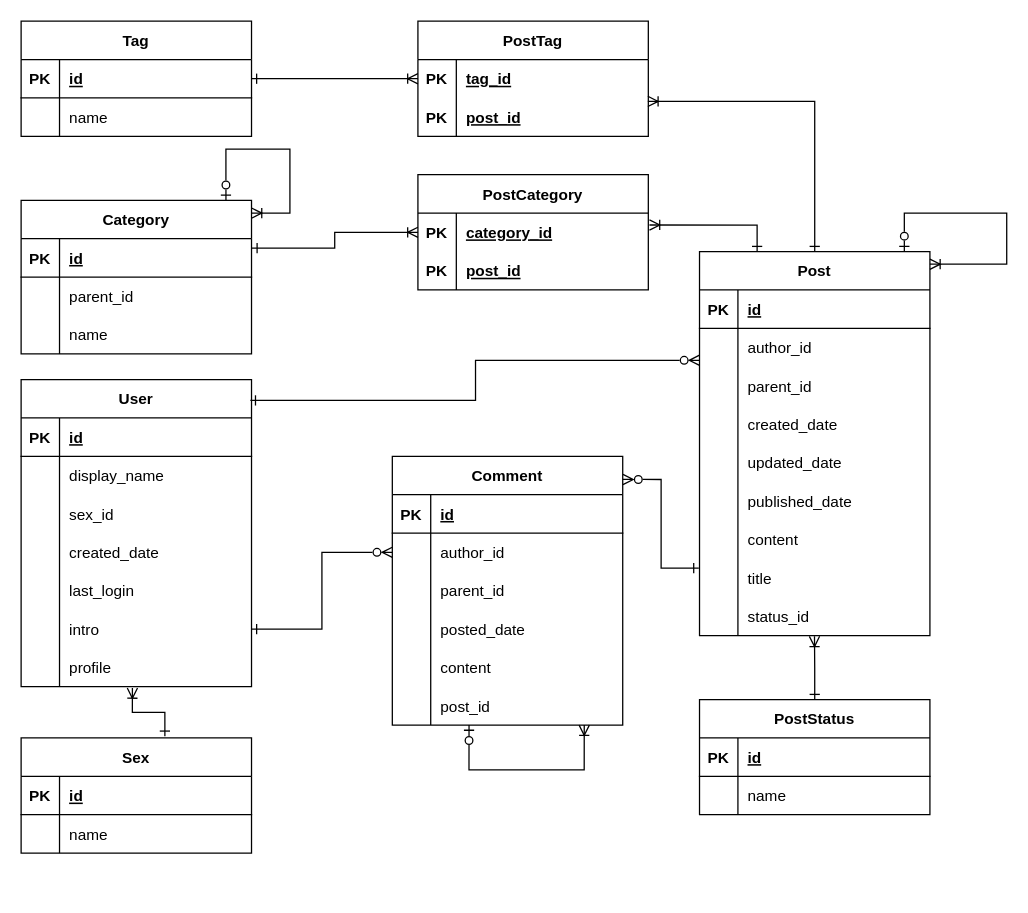
Above: Diagram/ERD.drawio in HT-Dat/BlogSite_Server (draw.io), before the change. Source tidied: cells renumbered, new cells numbered last; positions are measured from the earlier drawing's top-left corner, leaving out a move shared by most shapes. Both pictures are drawn from the tidied source at 128%, with x=0, y=0 at pixel (20, 20).
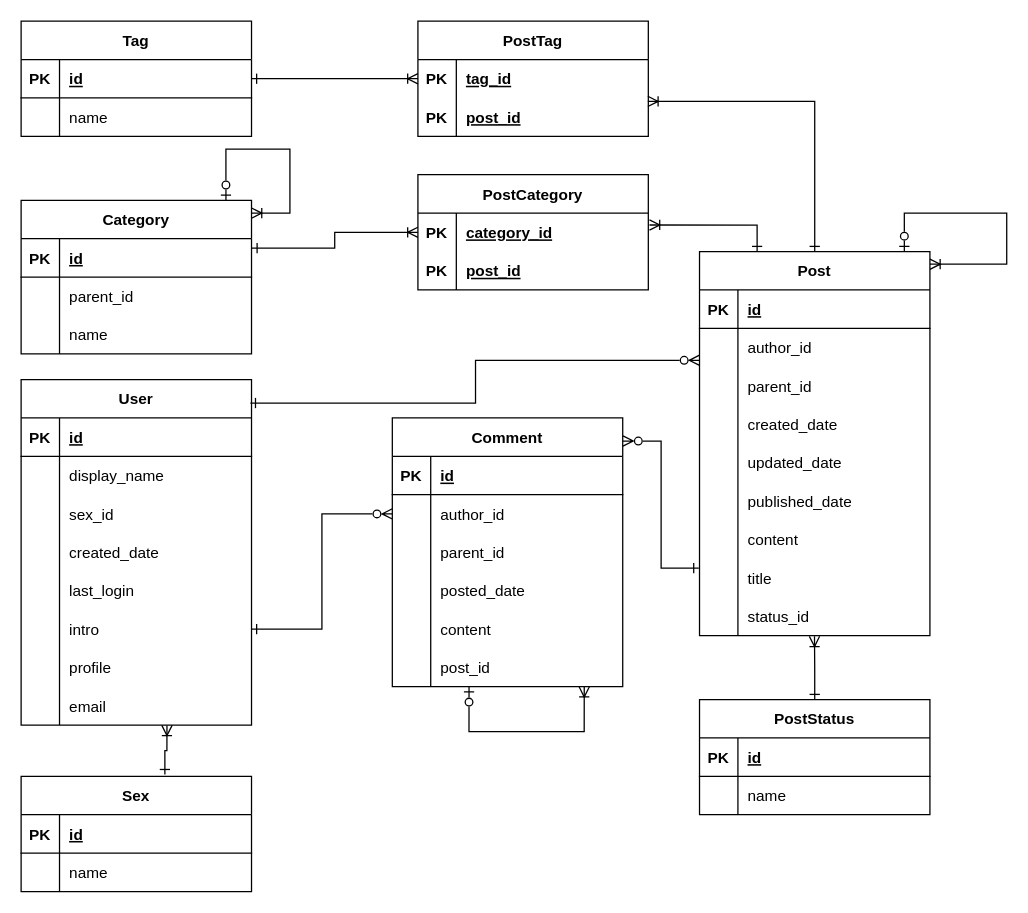
Above is the later version.

Commit message (it also covers changes not shown here):
Add email to User table

Unchanged cells that the change refers to:
```xml
<mxCell id="21" style="shape=tableRow;horizontal=0;startSize=0;swimlaneHead=0;swimlaneBody=0;fillColor=none;points=[[0,0.5],[1,0.5]];portConstraint=eastwest;top=0;left=0;right=0;bottom=0;" parent="2" vertex="1">
  <mxGeometry y="210" width="180" height="30" as="geometry" />
</mxCell>
```

Change to the diagram source:
```diff
@@
     <mxCell id="2" value="User" style="shape=table;startSize=30;childLayout=tableLayout;rowLines=0;fontStyle=1;align=center;" parent="1" vertex="1">
-      <mxGeometry y="280" width="180" height="240" as="geometry" />
+      <mxGeometry y="280" width="180" height="270" as="geometry" />
     </mxCell>
@@
+    <mxCell id="128" style="shape=tableRow;horizontal=0;startSize=0;swimlaneHead=0;swimlaneBody=0;fillColor=none;points=[[0,0.5],[1,0.5]];portConstraint=eastwest;top=0;left=0;right=0;bottom=0;" parent="2" vertex="1">
+      <mxGeometry y="240" width="180" height="30" as="geometry" />
+    </mxCell>
+    <mxCell id="129" style="shape=partialRectangle;fillColor=none;top=0;left=0;bottom=0;right=0;overflow=hidden;" parent="128" vertex="1">
+      <mxGeometry width="30" height="30" as="geometry" />
+    </mxCell>
+    <mxCell id="130" value="email" style="shape=partialRectangle;fillColor=none;top=0;left=0;bottom=0;right=0;align=left;spacingLeft=6;overflow=hidden;" parent="128" vertex="1">
+      <mxGeometry x="30" width="150" height="30" as="geometry" />
+    </mxCell>
@@
     <mxCell id="52" value="Comment" style="shape=table;startSize=30;childLayout=tableLayout;rowLines=0;fontStyle=1;align=center;" parent="1" vertex="1">
-      <mxGeometry x="290" y="340" width="180" height="210" as="geometry" />
+      <mxGeometry x="290" y="310" width="180" height="210" as="geometry" />
     </mxCell>
@@
     <mxCell id="110" value="Sex" style="shape=table;startSize=30;childLayout=tableLayout;rowLines=0;fontStyle=1;align=center;" parent="1" vertex="1">
-      <mxGeometry y="560" width="180" height="90" as="geometry" />
+      <mxGeometry y="590" width="180" height="90" as="geometry" />
     </mxCell>
@@
-    <mxCell id="117" style="endArrow=ERoneToMany;html=1;rounded=0;exitX=0.624;exitY=-0.015;exitDx=0;exitDy=0;edgeStyle=orthogonalEdgeStyle;startArrow=ERone;startFill=0;endFill=0;entryX=0.483;entryY=1.033;entryDx=0;entryDy=0;entryPerimeter=0;exitPerimeter=0;" parent="1" edge="1" source="110" target="21">
+    <mxCell id="117" style="endArrow=ERoneToMany;html=1;rounded=0;exitX=0.624;exitY=-0.015;exitDx=0;exitDy=0;edgeStyle=orthogonalEdgeStyle;startArrow=ERone;startFill=0;endFill=0;entryX=0.633;entryY=1.007;entryDx=0;entryDy=0;entryPerimeter=0;exitPerimeter=0;" parent="1" edge="1" source="110" target="128">
       <mxGeometry relative="1" as="geometry" />
     </mxCell>
```
